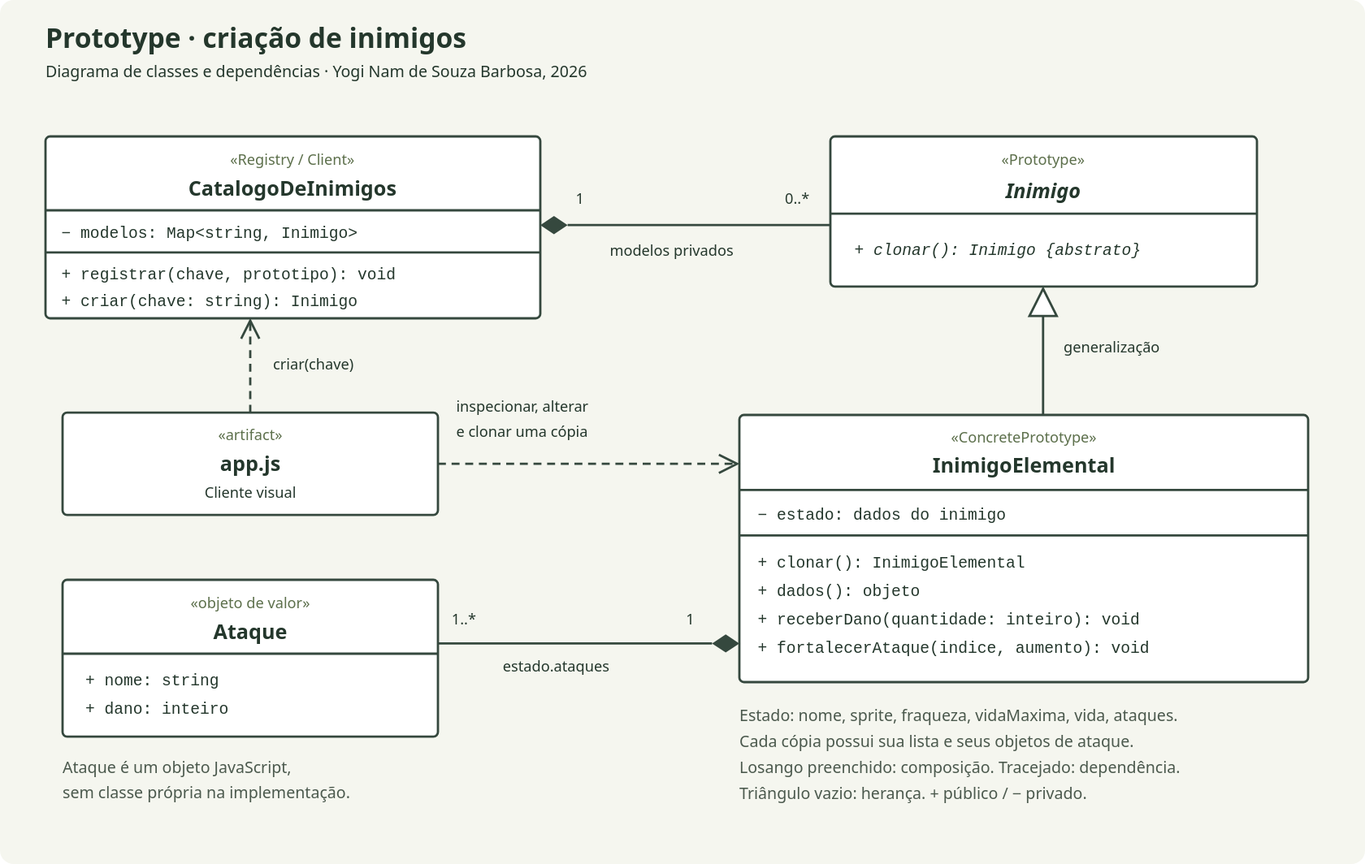
Earlier version of the PlantUML export docs/Base/Relatórios/SubEquipe_01/assets/prototype/classes.svg (UnBArqDsw2026-2-Turma01/2026.2-T01-G4_ProjetoJogo_Entrega_03). Its source is kept beside it as docs/Base/Relatórios/SubEquipe_01/assets/prototype/classes.puml. Its diagram source:
```plantuml
@startuml
title Prototype na criação de inimigos
skinparam classAttributeIconSize 0
skinparam shadowing false
hide circle

abstract class Inimigo <<Prototype>> {
  {abstract} + clonar(): Inimigo
}
class InimigoElemental <<ConcretePrototype>> {
  - estado: dados do inimigo
  + clonar(): InimigoElemental
  + dados(): objeto
  + receberDano(quantidade: inteiro): void
  + fortalecerAtaque(indice: inteiro, aumento: inteiro): void
}
class CatalogoDeInimigos <<Registry / Client>> {
  - modelos: Map<string, Inimigo>
  + registrar(chave: string, prototipo: Inimigo): void
  + criar(chave: string): Inimigo
}
class Ataque <<objeto de valor>> {
  + nome: string
  + dano: inteiro
}
artifact "app.js\nCliente visual" as UI

InimigoElemental --|> Inimigo
CatalogoDeInimigos "1" *-- "0..*" Inimigo : modelos privados
InimigoElemental "1" *-- "1..*" Ataque : estado.ataques
UI ..> CatalogoDeInimigos : criar(chave)
UI ..> InimigoElemental : inspecionar / alterar / clonar

note bottom of InimigoElemental
  Estado: nome, sprite, fraqueza,
  vidaMaxima, vida e ataques.
  Cada cópia possui sua própria lista
  e seus próprios objetos Ataque.
end note
note bottom of Ataque
  Representado por objeto JavaScript,
  não por uma classe no código.
end note
@enduml
```
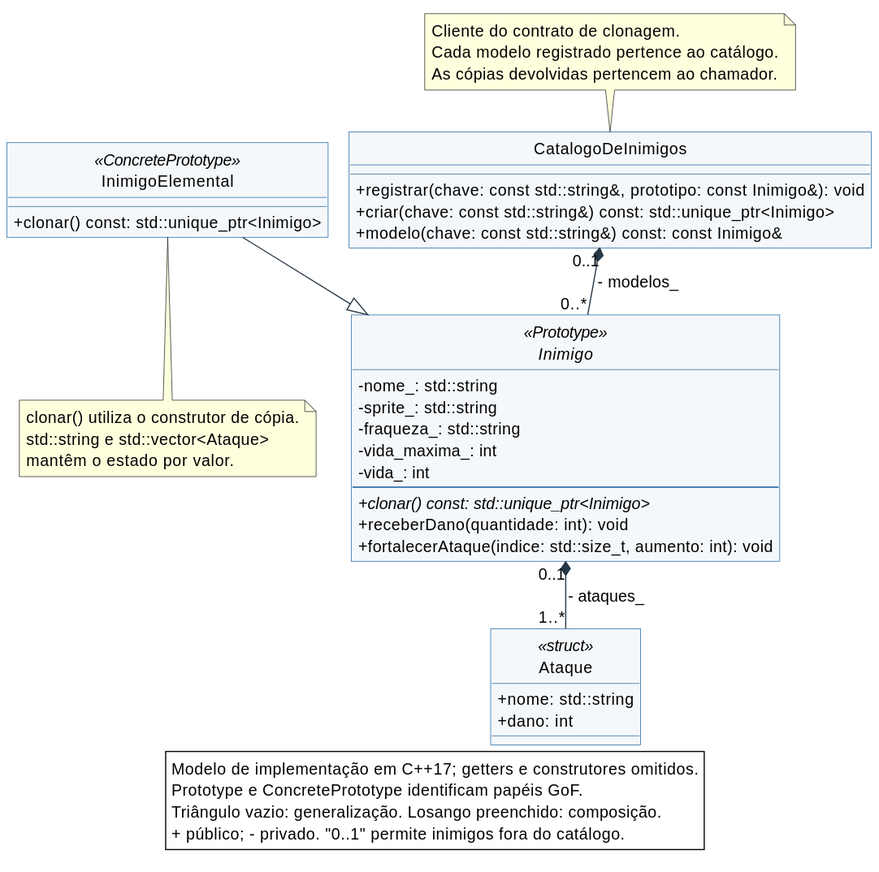
After the change.

The edit, as a diff of the source:
```diff
@@ -1,44 +1,58 @@
 @startuml
-title Prototype na criação de inimigos
+!pragma layout smetana
+skinparam shadowing false
+skinparam roundcorner 0
 skinparam classAttributeIconSize 0
-skinparam shadowing false
+skinparam defaultFontName SansSerif
+skinparam defaultFontSize 14
+skinparam BackgroundColor #FFFFFF
+skinparam classBackgroundColor #F5F8FB
+skinparam classBorderColor #135B99
+skinparam ArrowColor #263746
 hide circle
 
 abstract class Inimigo <<Prototype>> {
-  {abstract} + clonar(): Inimigo
+  - nome_: std::string
+  - sprite_: std::string
+  - fraqueza_: std::string
+  - vida_maxima_: int
+  - vida_: int
+  --
+  {abstract} + clonar() const: std::unique_ptr<Inimigo>
+  + receberDano(quantidade: int): void
+  + fortalecerAtaque(indice: std::size_t, aumento: int): void
 }
 class InimigoElemental <<ConcretePrototype>> {
-  - estado: dados do inimigo
-  + clonar(): InimigoElemental
-  + dados(): objeto
-  + receberDano(quantidade: inteiro): void
-  + fortalecerAtaque(indice: inteiro, aumento: inteiro): void
+  + clonar() const: std::unique_ptr<Inimigo>
 }
-class CatalogoDeInimigos <<Registry / Client>> {
-  - modelos: Map<string, Inimigo>
-  + registrar(chave: string, prototipo: Inimigo): void
-  + criar(chave: string): Inimigo
+class CatalogoDeInimigos {
+  + registrar(chave: const std::string&, prototipo: const Inimigo&): void
+  + criar(chave: const std::string&) const: std::unique_ptr<Inimigo>
+  + modelo(chave: const std::string&) const: const Inimigo&
 }
-class Ataque <<objeto de valor>> {
-  + nome: string
-  + dano: inteiro
+class Ataque <<struct>> {
+  + nome: std::string
+  + dano: int
 }
-artifact "app.js\nCliente visual" as UI
 
 InimigoElemental --|> Inimigo
-CatalogoDeInimigos "1" *-- "0..*" Inimigo : modelos privados
-InimigoElemental "1" *-- "1..*" Ataque : estado.ataques
-UI ..> CatalogoDeInimigos : criar(chave)
-UI ..> InimigoElemental : inspecionar / alterar / clonar
+CatalogoDeInimigos "0..1" *-- "0..*" Inimigo : - modelos_
+Inimigo "0..1" *-- "1..*" Ataque : - ataques_
 
 note bottom of InimigoElemental
-  Estado: nome, sprite, fraqueza,
-  vidaMaxima, vida e ataques.
-  Cada cópia possui sua própria lista
-  e seus próprios objetos Ataque.
+  clonar() utiliza o construtor de cópia.
+  std::string e std::vector<Ataque>
+  mantêm o estado por valor.
 end note
-note bottom of Ataque
-  Representado por objeto JavaScript,
-  não por uma classe no código.
+note top of CatalogoDeInimigos
+  Cliente do contrato de clonagem.
+  Cada modelo registrado pertence ao catálogo.
+  As cópias devolvidas pertencem ao chamador.
 end note
+legend bottom
+  Modelo de implementação em C++17; getters e construtores omitidos.
+  Prototype e ConcretePrototype identificam papéis GoF.
+  Triângulo vazio: generalização. Losango preenchido: composição.
+  + público; - privado. "0..1" permite inimigos fora do catálogo.
+endlegend
 @enduml
```
